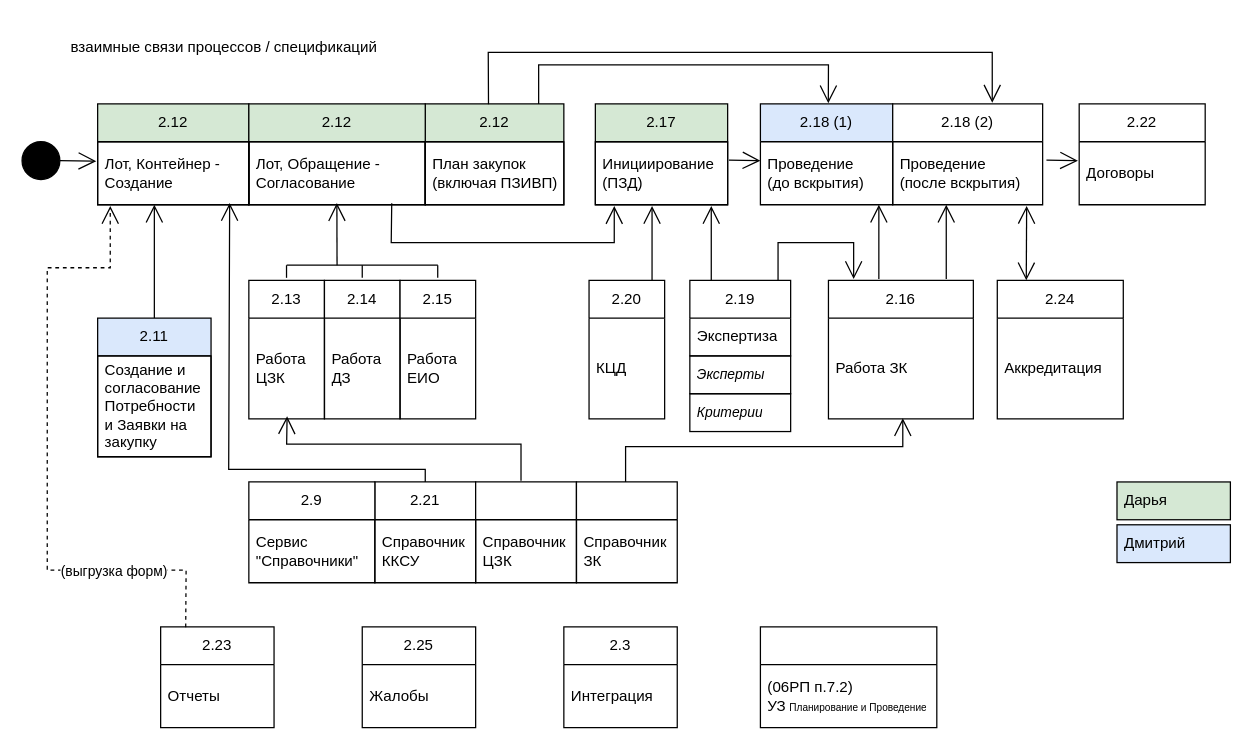
This is page "процессы / ТЗ" (8 of 8) of Предметная область SRM.drawio from realrvs/drawio, a draw.io file, before an edit. Source tidied: cells renumbered, new cells numbered last; positions are measured from the earlier drawing's top-left corner, leaving out a move shared by most shapes. Both pictures are drawn from the tidied source at 126%, with x=0, y=0 at pixel (21, 28).
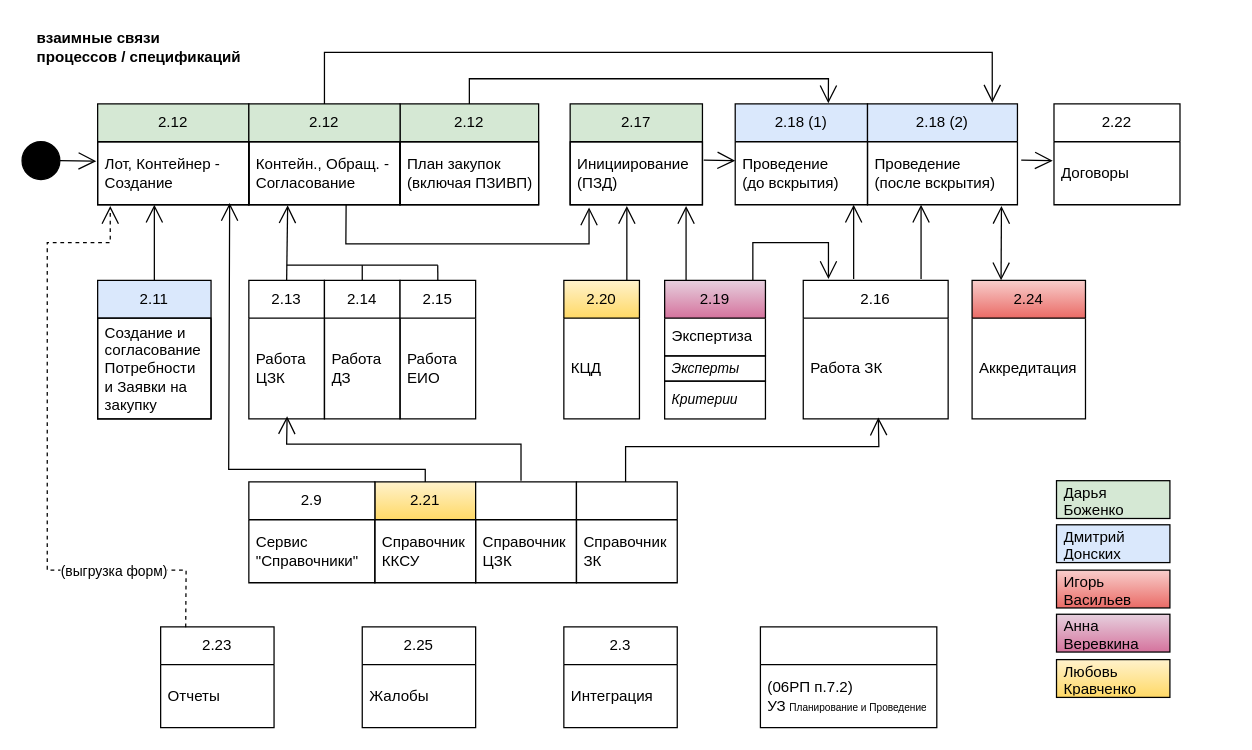
After the change.

Unchanged cells that the change refers to:
```xml
<mxCell id="11" value="2.14" style="swimlane;fontStyle=0;horizontal=1;startSize=30;whiteSpace=wrap;html=1;" parent="1" vertex="1">
  <mxGeometry x="240" y="200" width="60" height="110" as="geometry" />
</mxCell>
<mxCell id="13" value="2.15" style="swimlane;fontStyle=0;horizontal=1;startSize=30;whiteSpace=wrap;html=1;" parent="1" vertex="1">
  <mxGeometry x="300" y="200" width="60" height="110" as="geometry" />
</mxCell>
<mxCell id="19" value="Инициирование (ПЗД)" style="text;strokeColor=default;fillColor=none;align=left;verticalAlign=middle;spacingLeft=4;spacingRight=4;overflow=hidden;points=[[0,0.5],[1,0.5]];portConstraint=eastwest;whiteSpace=wrap;html=1;" parent="18" vertex="1">
  <mxGeometry y="30" width="105" height="50" as="geometry" />
</mxCell>
<mxCell id="26" value="Работа ЗК" style="text;align=left;verticalAlign=middle;spacingLeft=4;spacingRight=4;overflow=hidden;points=[[0,0.5],[1,0.5]];portConstraint=eastwest;whiteSpace=wrap;html=1;" parent="25" vertex="1">
  <mxGeometry y="30" width="115" height="80" as="geometry" />
</mxCell>
<mxCell id="56" value="2.23" style="swimlane;fontStyle=0;horizontal=1;startSize=30;whiteSpace=wrap;html=1;" parent="1" vertex="1">
  <mxGeometry x="110" y="475" width="90" height="80" as="geometry" />
</mxCell>
```

Diff of the diagram source:
```diff
@@
-    <mxCell id="2" value="взаимные связи процессов / спецификаций" style="text;html=1;align=center;verticalAlign=middle;strokeColor=none;fillColor=none;" parent="1" vertex="1">
-      <mxGeometry x="25" width="270" height="30" as="geometry" />
+    <mxCell id="2" value="&lt;b&gt;взаимные связи&amp;nbsp;&lt;/b&gt;&lt;div&gt;&lt;b&gt;процессов / спецификаций&lt;/b&gt;&lt;/div&gt;" style="text;html=1;align=left;verticalAlign=middle;strokeColor=none;fillColor=none;" parent="1" vertex="1">
+      <mxGeometry x="10" y="-5" width="190" height="40" as="geometry" />
     </mxCell>
@@
-    <mxCell id="8" style="endArrow=open;endFill=1;endSize=12;html=1;rounded=0;entryX=0.499;entryY=0.974;entryDx=0;entryDy=0;entryPerimeter=0;" parent="1" edge="1" target="42">
-      <mxGeometry relative="1" as="geometry">
-        <mxPoint x="250" y="188" as="sourcePoint" />
-      </mxGeometry>
-    </mxCell>
@@
     <mxCell id="16" value="2.12" style="swimlane;fontStyle=0;horizontal=1;startSize=30;whiteSpace=wrap;html=1;fillColor=#d5e8d4;strokeColor=#000000;" parent="1" vertex="1">
-      <mxGeometry x="320" y="60" width="110" height="80" as="geometry" />
+      <mxGeometry x="300" y="60" width="110" height="80" as="geometry" />
     </mxCell>
@@
     <mxCell id="18" value="2.17" style="swimlane;fontStyle=0;horizontal=1;startSize=30;whiteSpace=wrap;html=1;fillColor=#d5e8d4;strokeColor=#000000;" parent="1" vertex="1">
-      <mxGeometry x="455" y="60" width="105" height="80" as="geometry" />
+      <mxGeometry x="435" y="60" width="105" height="80" as="geometry" />
     </mxCell>
@@
-    <mxCell id="20" style="endArrow=open;endFill=1;endSize=12;html=1;rounded=0;entryX=0.513;entryY=0.006;entryDx=0;entryDy=0;entryPerimeter=0;" parent="1" edge="1">
+    <mxCell id="20" style="endArrow=open;endFill=1;endSize=12;html=1;rounded=0;entryX=0.513;entryY=0.006;entryDx=0;entryDy=0;entryPerimeter=0;exitX=0.5;exitY=0;exitDx=0;exitDy=0;" parent="1" edge="1" source="16">
       <mxGeometry relative="1" as="geometry">
-        <mxPoint x="410" y="60" as="sourcePoint" />
         <mxPoint x="639.9" y="59.5" as="targetPoint" />
         <Array as="points">
-          <mxPoint x="410" y="29" />
-          <mxPoint x="640" y="29" />
+          <mxPoint x="355" y="40" />
+          <mxPoint x="640" y="40" />
         </Array>
       </mxGeometry>
     </mxCell>
     <mxCell id="21" value="2.18 (1)" style="swimlane;fontStyle=0;horizontal=1;startSize=30;whiteSpace=wrap;html=1;fillColor=#dae8fc;strokeColor=#000000;" parent="1" vertex="1">
-      <mxGeometry x="586" y="60" width="105" height="80" as="geometry" />
+      <mxGeometry x="566" y="60" width="105" height="80" as="geometry" />
     </mxCell>
     <mxCell id="22" style="endArrow=open;endFill=1;endSize=12;html=1;rounded=0;exitX=1;exitY=0.5;exitDx=0;exitDy=0;" parent="1" edge="1">
       <mxGeometry relative="1" as="geometry">
-        <mxPoint x="561" y="104.5" as="sourcePoint" />
-        <mxPoint x="586" y="105" as="targetPoint" />
+        <mxPoint x="541" y="104.5" as="sourcePoint" />
+        <mxPoint x="566" y="105" as="targetPoint" />
       </mxGeometry>
     </mxCell>
-    <mxCell id="23" value="2.19" style="swimlane;fontStyle=0;horizontal=1;startSize=30;whiteSpace=wrap;html=1;" parent="1" vertex="1">
-      <mxGeometry x="530" y="200" width="80" height="60" as="geometry" />
+    <mxCell id="23" value="2.19" style="swimlane;fontStyle=0;horizontal=1;startSize=30;whiteSpace=wrap;html=1;fillColor=#e6d0de;strokeColor=#000000;gradientColor=#d5739d;" parent="1" vertex="1">
+      <mxGeometry x="510" y="200" width="80" height="60" as="geometry" />
     </mxCell>
@@
     <mxCell id="25" value="2.16" style="swimlane;fontStyle=0;horizontal=1;startSize=30;whiteSpace=wrap;html=1;" parent="1" vertex="1">
-      <mxGeometry x="640" y="200" width="115" height="110" as="geometry" />
+      <mxGeometry x="620" y="200" width="115" height="110" as="geometry" />
     </mxCell>
@@
-    <mxCell id="27" value="2.21" style="swimlane;fontStyle=0;horizontal=1;startSize=30;whiteSpace=wrap;html=1;" parent="1" vertex="1">
+    <mxCell id="27" value="2.21" style="swimlane;fontStyle=0;horizontal=1;startSize=30;whiteSpace=wrap;html=1;fillColor=#fff2cc;strokeColor=#000000;gradientColor=#ffd966;" parent="1" vertex="1">
       <mxGeometry x="280" y="360" width="80" height="80" as="geometry" />
     </mxCell>
@@
     <mxCell id="29" style="endArrow=open;endFill=1;endSize=12;html=1;rounded=0;exitX=0.25;exitY=0;exitDx=0;exitDy=0;" parent="1" edge="1">
       <mxGeometry relative="1" as="geometry">
-        <mxPoint x="547" y="200" as="sourcePoint" />
-        <mxPoint x="547" y="141" as="targetPoint" />
+        <mxPoint x="527" y="200" as="sourcePoint" />
+        <mxPoint x="527" y="141" as="targetPoint" />
       </mxGeometry>
     </mxCell>
     <mxCell id="30" style="endArrow=open;endFill=1;endSize=12;html=1;rounded=0;exitX=0.5;exitY=0;exitDx=0;exitDy=0;entryX=0.504;entryY=1.028;entryDx=0;entryDy=0;entryPerimeter=0;" parent="1" edge="1">
       <mxGeometry relative="1" as="geometry">
-        <mxPoint x="733.5" y="199" as="sourcePoint" />
-        <mxPoint x="733.5" y="140" as="targetPoint" />
+        <mxPoint x="713.5" y="199" as="sourcePoint" />
+        <mxPoint x="713.5" y="140" as="targetPoint" />
       </mxGeometry>
     </mxCell>
@@
     <mxCell id="33" value="&lt;i&gt;Эксперты&lt;/i&gt;" style="text;align=left;verticalAlign=middle;spacingLeft=4;spacingRight=4;overflow=hidden;whiteSpace=wrap;html=1;fontSize=11;strokeColor=default;" parent="1" vertex="1">
-      <mxGeometry x="530" y="260" width="80" height="30" as="geometry" />
+      <mxGeometry x="510" y="260" width="80" height="20" as="geometry" />
     </mxCell>
     <mxCell id="34" value="&lt;i&gt;Критерии&lt;/i&gt;" style="text;align=left;verticalAlign=middle;spacingLeft=4;spacingRight=4;overflow=hidden;whiteSpace=wrap;html=1;fontSize=11;strokeColor=#000000;" parent="1" vertex="1">
-      <mxGeometry x="530" y="290" width="80" height="30" as="geometry" />
+      <mxGeometry x="510" y="280" width="80" height="30" as="geometry" />
     </mxCell>
@@
-    <mxCell id="38" style="endArrow=open;endFill=1;endSize=12;html=1;rounded=0;entryX=0.513;entryY=0.993;entryDx=0;entryDy=0;entryPerimeter=0;" parent="1" edge="1" target="26">
+    <mxCell id="38" style="endArrow=open;endFill=1;endSize=12;html=1;rounded=0;entryX=0.518;entryY=0.986;entryDx=0;entryDy=0;entryPerimeter=0;" parent="1" edge="1" target="26">
       <mxGeometry relative="1" as="geometry">
         <mxPoint x="479" y="360" as="sourcePoint" />
         <Array as="points">
           <mxPoint x="479" y="332" />
-          <mxPoint x="699" y="332" />
+          <mxPoint x="680" y="332" />
         </Array>
       </mxGeometry>
     </mxCell>
@@
     <mxCell id="41" value="2.12" style="swimlane;fontStyle=0;horizontal=1;startSize=30;whiteSpace=wrap;html=1;fillColor=#d5e8d4;strokeColor=#000000;" parent="1" vertex="1">
-      <mxGeometry x="180" y="60" width="140" height="80" as="geometry" />
+      <mxGeometry x="180" y="60" width="120" height="80" as="geometry" />
     </mxCell>
-    <mxCell id="42" value="Лот, Обращение -&amp;nbsp;&lt;div&gt;Согласование&lt;/div&gt;" style="text;strokeColor=default;fillColor=none;align=left;verticalAlign=middle;spacingLeft=4;spacingRight=4;overflow=hidden;points=[[0,0.5],[1,0.5]];portConstraint=eastwest;whiteSpace=wrap;html=1;" parent="41" vertex="1">
-      <mxGeometry y="30" width="140" height="50" as="geometry" />
+    <mxCell id="42" value="Контейн., Обращ. -&amp;nbsp;&lt;div&gt;Согласование&lt;/div&gt;" style="text;strokeColor=default;fillColor=none;align=left;verticalAlign=middle;spacingLeft=4;spacingRight=4;overflow=hidden;points=[[0,0.5],[1,0.5]];portConstraint=eastwest;whiteSpace=wrap;html=1;" parent="41" vertex="1">
+      <mxGeometry y="30" width="120" height="50" as="geometry" />
     </mxCell>
-    <mxCell id="43" style="endArrow=open;endFill=1;endSize=12;html=1;rounded=0;exitX=0.81;exitY=0.977;exitDx=0;exitDy=0;entryX=0.143;entryY=1.021;entryDx=0;entryDy=0;entryPerimeter=0;exitPerimeter=0;" parent="1" edge="1" source="42" target="19">
+    <mxCell id="43" style="endArrow=open;endFill=1;endSize=12;html=1;rounded=0;exitX=0.81;exitY=0.977;exitDx=0;exitDy=0;entryX=0.143;entryY=1.021;entryDx=0;entryDy=0;entryPerimeter=0;exitPerimeter=0;" parent="1" edge="1">
       <mxGeometry relative="1" as="geometry">
+        <mxPoint x="257.2" y="139.8" as="sourcePoint" />
+        <mxPoint x="450" y="142.1" as="targetPoint" />
         <Array as="points">
-          <mxPoint x="293" y="170" />
-          <mxPoint x="470" y="170" />
+          <mxPoint x="257" y="171" />
+          <mxPoint x="450" y="171" />
         </Array>
       </mxGeometry>
     </mxCell>
     <mxCell id="44" style="endArrow=open;endFill=1;endSize=12;html=1;rounded=0;exitX=0.25;exitY=0;exitDx=0;exitDy=0;" parent="1" edge="1">
       <mxGeometry relative="1" as="geometry">
-        <mxPoint x="600" y="200" as="sourcePoint" />
-        <mxPoint x="660" y="199" as="targetPoint" />
+        <mxPoint x="580" y="200" as="sourcePoint" />
+        <mxPoint x="640" y="199" as="targetPoint" />
         <Array as="points">
-          <mxPoint x="600" y="170" />
-          <mxPoint x="660" y="170" />
+          <mxPoint x="580" y="170" />
+          <mxPoint x="640" y="170" />
         </Array>
       </mxGeometry>
     </mxCell>
     <mxCell id="45" value="Проведение&lt;div&gt;(до вскрытия)&lt;/div&gt;" style="text;strokeColor=none;fillColor=none;align=left;verticalAlign=middle;spacingLeft=4;spacingRight=4;overflow=hidden;whiteSpace=wrap;html=1;" parent="1" vertex="1">
-      <mxGeometry x="586" y="90" width="105" height="50" as="geometry" />
+      <mxGeometry x="566" y="90" width="105" height="50" as="geometry" />
     </mxCell>
     <mxCell id="46" value="2.22" style="swimlane;fontStyle=0;horizontal=1;startSize=30;whiteSpace=wrap;html=1;" parent="1" vertex="1">
-      <mxGeometry x="839" y="60" width="100" height="80" as="geometry" />
+      <mxGeometry x="819" y="60" width="100" height="80" as="geometry" />
     </mxCell>
@@
     <mxCell id="48" style="endArrow=open;endFill=1;endSize=12;html=1;rounded=0;exitX=1;exitY=0.5;exitDx=0;exitDy=0;" parent="1" edge="1">
       <mxGeometry relative="1" as="geometry">
-        <mxPoint x="813" y="104.6" as="sourcePoint" />
-        <mxPoint x="838" y="105.1" as="targetPoint" />
+        <mxPoint x="793" y="104.6" as="sourcePoint" />
+        <mxPoint x="818" y="105.1" as="targetPoint" />
       </mxGeometry>
     </mxCell>
-    <mxCell id="49" style="endArrow=open;endFill=1;endSize=12;html=1;rounded=0;entryX=0.513;entryY=0.006;entryDx=0;entryDy=0;exitX=0.456;exitY=0.016;exitDx=0;exitDy=0;entryPerimeter=0;exitPerimeter=0;" parent="1" edge="1">
+    <mxCell id="49" style="endArrow=open;endFill=1;endSize=12;html=1;rounded=0;entryX=0.513;entryY=0.006;entryDx=0;entryDy=0;exitX=0.5;exitY=0;exitDx=0;exitDy=0;entryPerimeter=0;" parent="1" edge="1" source="41">
       <mxGeometry relative="1" as="geometry">
-        <mxPoint x="370.2" y="60.3" as="sourcePoint" />
         <mxPoint x="770" y="59" as="targetPoint" />
         <Array as="points">
-          <mxPoint x="370" y="19" />
+          <mxPoint x="240" y="19" />
           <mxPoint x="770" y="19" />
         </Array>
       </mxGeometry>
     </mxCell>
-    <mxCell id="50" value="2.24" style="swimlane;fontStyle=0;horizontal=1;startSize=30;whiteSpace=wrap;html=1;" parent="1" vertex="1">
-      <mxGeometry x="774" y="200" width="100" height="110" as="geometry" />
+    <mxCell id="50" value="2.24" style="swimlane;fontStyle=0;horizontal=1;startSize=30;whiteSpace=wrap;html=1;fillColor=#f8cecc;strokeColor=#000000;gradientColor=#ea6b66;" parent="1" vertex="1">
+      <mxGeometry x="754" y="200" width="90" height="110" as="geometry" />
     </mxCell>
     <mxCell id="51" value="Аккредитация" style="text;align=left;verticalAlign=middle;spacingLeft=4;spacingRight=4;overflow=hidden;whiteSpace=wrap;html=1;" parent="50" vertex="1">
-      <mxGeometry y="30" width="100" height="80" as="geometry" />
+      <mxGeometry y="30" width="90" height="80" as="geometry" />
     </mxCell>
     <mxCell id="52" style="endArrow=open;endFill=1;html=1;rounded=0;exitX=0.5;exitY=0;exitDx=0;exitDy=0;entryX=0.582;entryY=1.017;entryDx=0;entryDy=0;entryPerimeter=0;startArrow=open;startFill=0;endSize=12;startSize=12;" parent="1" edge="1">
       <mxGeometry relative="1" as="geometry">
-        <mxPoint x="797" y="200" as="sourcePoint" />
-        <mxPoint x="797.3" y="140.9" as="targetPoint" />
+        <mxPoint x="777" y="200" as="sourcePoint" />
+        <mxPoint x="777.3" y="140.9" as="targetPoint" />
       </mxGeometry>
     </mxCell>
-    <mxCell id="53" value="2.20" style="swimlane;fontStyle=0;horizontal=1;startSize=30;whiteSpace=wrap;html=1;" parent="1" vertex="1">
-      <mxGeometry x="450" y="200" width="60" height="110" as="geometry" />
+    <mxCell id="53" value="2.20" style="swimlane;fontStyle=0;horizontal=1;startSize=30;whiteSpace=wrap;html=1;fillColor=#fff2cc;gradientColor=#ffd966;strokeColor=#000000;" parent="1" vertex="1">
+      <mxGeometry x="430" y="200" width="60" height="110" as="geometry" />
     </mxCell>
@@
     <mxCell id="55" style="endArrow=open;endFill=1;endSize=12;html=1;rounded=0;exitX=0.25;exitY=0;exitDx=0;exitDy=0;" parent="1" edge="1">
       <mxGeometry relative="1" as="geometry">
-        <mxPoint x="500" y="200" as="sourcePoint" />
-        <mxPoint x="500" y="141" as="targetPoint" />
+        <mxPoint x="480" y="200" as="sourcePoint" />
+        <mxPoint x="480" y="141" as="targetPoint" />
       </mxGeometry>
     </mxCell>
@@
     <mxCell id="64" style="endArrow=open;endFill=1;endSize=12;html=1;rounded=0;strokeColor=default;dashed=1;exitX=0.221;exitY=0.005;exitDx=0;exitDy=0;exitPerimeter=0;" parent="1" edge="1" source="56">
       <mxGeometry relative="1" as="geometry">
         <mxPoint x="70" y="141" as="targetPoint" />
         <Array as="points">
           <mxPoint x="130.2" y="430" />
           <mxPoint x="20" y="430" />
-          <mxPoint x="20" y="190" />
-          <mxPoint x="70" y="190" />
+          <mxPoint x="20" y="170" />
+          <mxPoint x="70" y="170" />
         </Array>
       </mxGeometry>
     </mxCell>
@@
-    <mxCell id="66" style="endArrow=none;html=1;rounded=0;" parent="1" edge="1">
-      <mxGeometry relative="1" as="geometry">
-        <mxPoint x="209.9" y="198" as="sourcePoint" />
-        <mxPoint x="209.9" y="188" as="targetPoint" />
-      </mxGeometry>
-    </mxCell>
-    <mxCell id="67" style="endArrow=none;html=1;rounded=0;" parent="1" edge="1">
+    <mxCell id="67" style="endArrow=none;html=1;rounded=0;exitX=0.5;exitY=0;exitDx=0;exitDy=0;" parent="1" edge="1" source="13">
       <mxGeometry relative="1" as="geometry">
-        <mxPoint x="329.9" y="198" as="sourcePoint" />
         <mxPoint x="329.9" y="188" as="targetPoint" />
       </mxGeometry>
     </mxCell>
-    <mxCell id="68" style="endArrow=none;html=1;rounded=0;" parent="1" edge="1">
+    <mxCell id="68" style="endArrow=none;html=1;rounded=0;exitX=0.5;exitY=0;exitDx=0;exitDy=0;" parent="1" edge="1" source="11">
       <mxGeometry relative="1" as="geometry">
-        <mxPoint x="270" y="198" as="sourcePoint" />
         <mxPoint x="270" y="188" as="targetPoint" />
       </mxGeometry>
     </mxCell>
@@
-    <mxCell id="70" value="Дарья&amp;nbsp;" style="text;strokeColor=#000000;fillColor=#d5e8d4;align=left;verticalAlign=middle;spacingLeft=4;spacingRight=4;overflow=hidden;whiteSpace=wrap;html=1;" parent="1" vertex="1">
-      <mxGeometry x="869" y="360" width="90" height="30" as="geometry" />
+    <mxCell id="70" value="Дарья Боженко&amp;nbsp;" style="text;strokeColor=#000000;fillColor=#d5e8d4;align=left;verticalAlign=middle;spacingLeft=4;spacingRight=4;overflow=hidden;whiteSpace=wrap;html=1;" parent="1" vertex="1">
+      <mxGeometry x="821" y="359" width="90" height="30" as="geometry" />
     </mxCell>
-    <mxCell id="71" value="Дмитрий" style="text;strokeColor=#000000;fillColor=#dae8fc;align=left;verticalAlign=middle;spacingLeft=4;spacingRight=4;overflow=hidden;whiteSpace=wrap;html=1;" parent="1" vertex="1">
-      <mxGeometry x="869" y="394" width="90" height="30" as="geometry" />
+    <mxCell id="71" value="Дмитрий Донских" style="text;strokeColor=#000000;fillColor=#dae8fc;align=left;verticalAlign=middle;spacingLeft=4;spacingRight=4;overflow=hidden;whiteSpace=wrap;html=1;" parent="1" vertex="1">
+      <mxGeometry x="821" y="394" width="90" height="30" as="geometry" />
     </mxCell>
     <mxCell id="72" value="2.11" style="swimlane;fontStyle=0;horizontal=1;startSize=30;whiteSpace=wrap;html=1;fillColor=#dae8fc;strokeColor=#000000;" parent="1" vertex="1">
-      <mxGeometry x="60" y="230" width="90" height="110" as="geometry" />
+      <mxGeometry x="60" y="200" width="90" height="110" as="geometry" />
     </mxCell>
@@
-    <mxCell id="74" value="2.18 (2)" style="swimlane;fontStyle=0;horizontal=1;startSize=30;whiteSpace=wrap;html=1;" parent="1" vertex="1">
-      <mxGeometry x="691" y="60" width="119" height="80" as="geometry" />
+    <mxCell id="74" value="2.18 (2)" style="swimlane;fontStyle=0;horizontal=1;startSize=30;whiteSpace=wrap;html=1;fillColor=#dae8fc;strokeColor=#000000;" parent="1" vertex="1">
+      <mxGeometry x="671" y="60" width="119" height="80" as="geometry" />
     </mxCell>
@@
     <mxCell id="76" style="endArrow=open;endFill=1;endSize=12;html=1;rounded=0;exitX=0.5;exitY=0;exitDx=0;exitDy=0;entryX=0.504;entryY=1.028;entryDx=0;entryDy=0;entryPerimeter=0;" parent="1" edge="1">
       <mxGeometry relative="1" as="geometry">
-        <mxPoint x="680" y="199" as="sourcePoint" />
-        <mxPoint x="680" y="140" as="targetPoint" />
+        <mxPoint x="660" y="199" as="sourcePoint" />
+        <mxPoint x="660" y="140" as="targetPoint" />
       </mxGeometry>
     </mxCell>
+    <mxCell id="77" value="Игорь Васильев" style="text;strokeColor=#000000;fillColor=#f8cecc;align=left;verticalAlign=middle;spacingLeft=4;spacingRight=4;overflow=hidden;whiteSpace=wrap;html=1;gradientColor=#ea6b66;" parent="1" vertex="1">
+      <mxGeometry x="821" y="430" width="90" height="30" as="geometry" />
+    </mxCell>
+    <mxCell id="78" value="Анна Веревкина" style="text;strokeColor=#000000;fillColor=#e6d0de;align=left;verticalAlign=middle;spacingLeft=4;spacingRight=4;overflow=hidden;whiteSpace=wrap;html=1;gradientColor=#d5739d;" parent="1" vertex="1">
+      <mxGeometry x="821" y="465" width="90" height="30" as="geometry" />
+    </mxCell>
+    <mxCell id="79" value="Любовь Кравченко" style="text;strokeColor=#000000;fillColor=#fff2cc;align=left;verticalAlign=middle;spacingLeft=4;spacingRight=4;overflow=hidden;whiteSpace=wrap;html=1;gradientColor=#ffd966;" parent="1" vertex="1">
+      <mxGeometry x="821" y="501" width="90" height="30" as="geometry" />
+    </mxCell>
+    <mxCell id="80" style="endArrow=open;endFill=1;endSize=12;html=1;rounded=0;entryX=0.498;entryY=1.008;entryDx=0;entryDy=0;entryPerimeter=0;" parent="1" edge="1">
+      <mxGeometry relative="1" as="geometry">
+        <mxPoint x="210" y="200" as="sourcePoint" />
+        <mxPoint x="210.8" y="140.4" as="targetPoint" />
+      </mxGeometry>
+    </mxCell>
```
